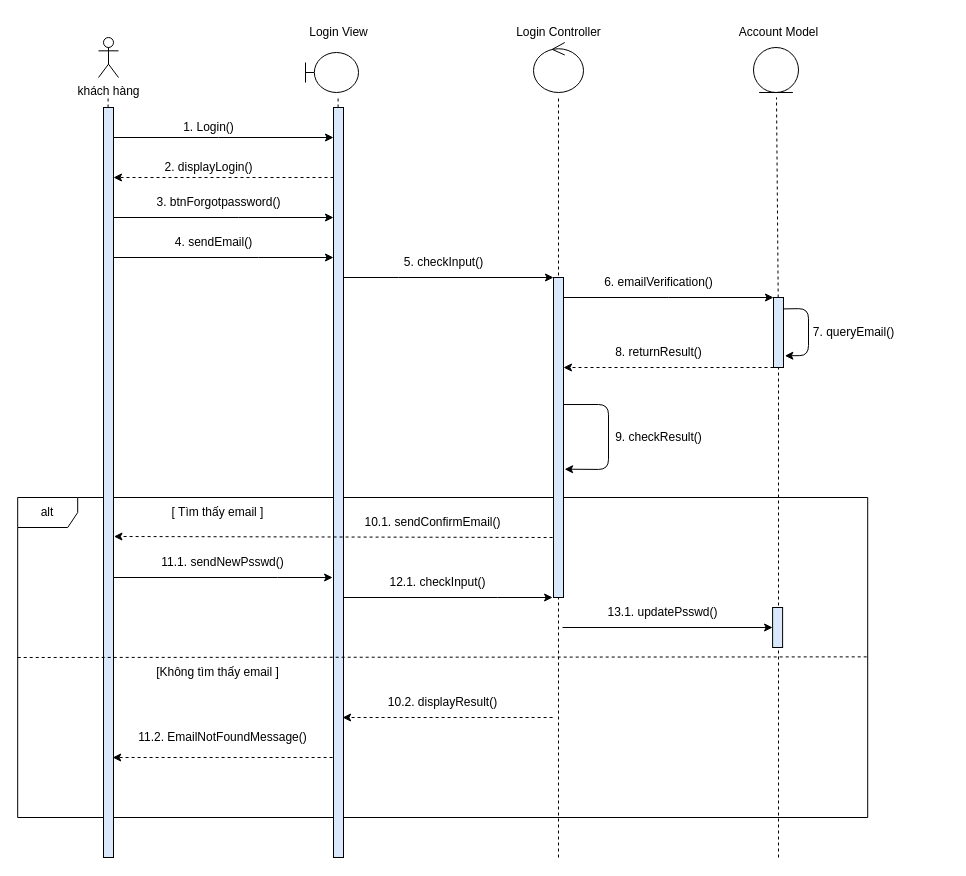
Before: Nam3_HK1/CNPM_SoftTech/Sequence Diagrams/Quân Huỳnh/SD_QuênMậtKhẩu.drawio in EdgarIgnite16/SGU-Course, a draw.io diagram. Source tidied: cells renumbered, new cells numbered last; positions are measured from the earlier drawing's top-left corner, leaving out a move shared by most shapes. Both pictures are drawn from the tidied source at 100%, with x=0, y=0 at pixel (17, 17).
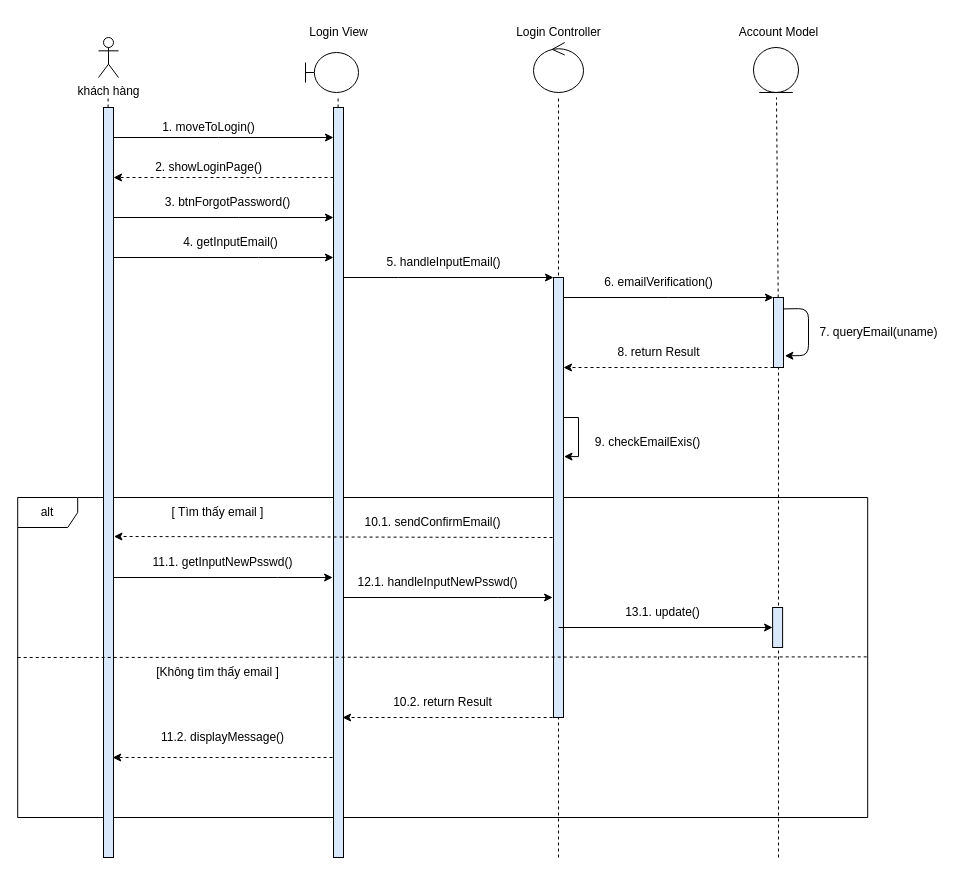
Above is the later version.

The change refers to these unchanged cells:
```xml
<mxCell id="45" style="rounded=0;whiteSpace=wrap;html=1;fillColor=#DAE8FC;" parent="1" vertex="1">
  <mxGeometry x="755.1" y="590" width="10" height="40" as="geometry" />
</mxCell>
```

What changed in the source:
```diff
@@
-    <mxCell id="8" value="1. Login()" style="text;html=1;align=center;verticalAlign=middle;strokeColor=none;fillColor=none;" parent="1" vertex="1">
-      <mxGeometry x="156" y="100" width="70" height="20" as="geometry" />
+    <mxCell id="8" value="1. moveToLogin()" style="text;html=1;align=center;verticalAlign=middle;strokeColor=none;fillColor=none;" parent="1" vertex="1">
+      <mxGeometry x="131" y="95" width="120" height="30" as="geometry" />
     </mxCell>
@@
     <mxCell id="11" style="rounded=0;whiteSpace=wrap;html=1;fillColor=#DAE8FC;" parent="1" vertex="1">
-      <mxGeometry x="536" y="260" width="10" height="320" as="geometry" />
+      <mxGeometry x="536" y="260" width="10" height="440" as="geometry" />
     </mxCell>
@@
-    <mxCell id="26" value="2. displayLogin()" style="text;html=1;align=center;verticalAlign=middle;strokeColor=none;fillColor=none;" parent="1" vertex="1">
-      <mxGeometry x="141" y="140" width="100" height="20" as="geometry" />
+    <mxCell id="26" value="2. showLoginPage()" style="text;html=1;align=center;verticalAlign=middle;strokeColor=none;fillColor=none;" parent="1" vertex="1">
+      <mxGeometry x="126" y="135" width="130" height="30" as="geometry" />
     </mxCell>
-    <mxCell id="27" value="3. btnForgotpassword()" style="text;html=1;align=center;verticalAlign=middle;strokeColor=none;fillColor=none;" parent="1" vertex="1">
-      <mxGeometry x="131" y="175" width="140" height="20" as="geometry" />
+    <mxCell id="27" value="3. btnForgotPassword()" style="text;html=1;align=center;verticalAlign=middle;strokeColor=none;fillColor=none;" parent="1" vertex="1">
+      <mxGeometry x="135.2" y="170" width="150" height="30" as="geometry" />
     </mxCell>
-    <mxCell id="28" value="4. sendEmail()" style="text;html=1;align=center;verticalAlign=middle;strokeColor=none;fillColor=none;" parent="1" vertex="1">
-      <mxGeometry x="151" y="215" width="90" height="20" as="geometry" />
+    <mxCell id="28" value="4. getInputEmail()" style="text;html=1;align=center;verticalAlign=middle;strokeColor=none;fillColor=none;" parent="1" vertex="1">
+      <mxGeometry x="153" y="210" width="120" height="30" as="geometry" />
     </mxCell>
-    <mxCell id="29" value="5. checkInput()" style="text;html=1;align=center;verticalAlign=middle;strokeColor=none;fillColor=none;" parent="1" vertex="1">
-      <mxGeometry x="381" y="235" width="90" height="20" as="geometry" />
+    <mxCell id="29" value="5. handleInputEmail()" style="text;html=1;align=center;verticalAlign=middle;strokeColor=none;fillColor=none;" parent="1" vertex="1">
+      <mxGeometry x="356" y="230" width="140" height="30" as="geometry" />
     </mxCell>
     <mxCell id="30" value="6. emailVerification()" style="text;html=1;align=center;verticalAlign=middle;strokeColor=none;fillColor=none;" parent="1" vertex="1">
-      <mxGeometry x="581" y="255" width="120" height="20" as="geometry" />
+      <mxGeometry x="576" y="250" width="130" height="30" as="geometry" />
     </mxCell>
-    <mxCell id="31" value="7. queryEmail()" style="text;html=1;align=center;verticalAlign=middle;strokeColor=none;fillColor=none;" parent="1" vertex="1">
-      <mxGeometry x="786" y="305" width="100" height="20" as="geometry" />
+    <mxCell id="31" value="7. queryEmail(uname)" style="text;html=1;align=center;verticalAlign=middle;strokeColor=none;fillColor=none;" parent="1" vertex="1">
+      <mxGeometry x="791" y="300" width="140" height="30" as="geometry" />
     </mxCell>
-    <mxCell id="32" value="8. returnResult()" style="text;html=1;align=center;verticalAlign=middle;strokeColor=none;fillColor=none;" parent="1" vertex="1">
-      <mxGeometry x="591" y="325" width="100" height="20" as="geometry" />
+    <mxCell id="32" value="8. return Result" style="text;html=1;align=center;verticalAlign=middle;strokeColor=none;fillColor=none;" parent="1" vertex="1">
+      <mxGeometry x="586" y="320" width="110" height="30" as="geometry" />
     </mxCell>
@@
-    <mxCell id="42" value="11.1. sendNewPsswd()" style="text;html=1;align=center;verticalAlign=middle;strokeColor=none;fillColor=none;" parent="1" vertex="1">
-      <mxGeometry x="135.2" y="535" width="140" height="20" as="geometry" />
+    <mxCell id="42" value="11.1. getInputNewPsswd()" style="text;html=1;align=center;verticalAlign=middle;strokeColor=none;fillColor=none;" parent="1" vertex="1">
+      <mxGeometry x="125.2" y="530" width="160" height="30" as="geometry" />
     </mxCell>
@@
-    <mxCell id="44" value="12.1. checkInput()" style="text;html=1;align=center;verticalAlign=middle;strokeColor=none;fillColor=none;" parent="1" vertex="1">
-      <mxGeometry x="365.1" y="555" width="110" height="20" as="geometry" />
+    <mxCell id="44" value="12.1. handleInputNewPsswd()" style="text;html=1;align=center;verticalAlign=middle;strokeColor=none;fillColor=none;" parent="1" vertex="1">
+      <mxGeometry x="330.1" y="550" width="180" height="30" as="geometry" />
     </mxCell>
@@
     <mxCell id="46" style="endArrow=classic;html=1;rounded=0;entryX=0;entryY=0.5;entryDx=0;entryDy=0;" parent="1" edge="1" target="45">
       <mxGeometry relative="1" as="geometry">
-        <mxPoint x="545" y="610" as="sourcePoint" />
+        <mxPoint x="541" y="610" as="sourcePoint" />
       </mxGeometry>
     </mxCell>
-    <mxCell id="47" value="13.1. updatePsswd()" style="text;html=1;align=center;verticalAlign=middle;strokeColor=none;fillColor=none;" parent="1" vertex="1">
-      <mxGeometry x="580.1" y="585" width="130" height="20" as="geometry" />
+    <mxCell id="47" value="13.1. update()" style="text;html=1;align=center;verticalAlign=middle;strokeColor=none;fillColor=none;" parent="1" vertex="1">
+      <mxGeometry x="595.1" y="580" width="100" height="30" as="geometry" />
     </mxCell>
@@
-    <mxCell id="49" value="10.2. displayResult()" style="text;html=1;align=center;verticalAlign=middle;strokeColor=none;fillColor=none;" parent="1" vertex="1">
-      <mxGeometry x="360.1" y="675" width="130" height="20" as="geometry" />
+    <mxCell id="49" value="10.2. return Result" style="text;html=1;align=center;verticalAlign=middle;strokeColor=none;fillColor=none;" parent="1" vertex="1">
+      <mxGeometry x="365.1" y="670" width="120" height="30" as="geometry" />
     </mxCell>
-    <mxCell id="50" value="11.2. EmailNotFoundMessage()" style="text;html=1;align=center;verticalAlign=middle;strokeColor=none;fillColor=none;" parent="1" vertex="1">
-      <mxGeometry x="115.2" y="710" width="180" height="20" as="geometry" />
+    <mxCell id="50" value="11.2. displayMessage()" style="text;html=1;align=center;verticalAlign=middle;strokeColor=none;fillColor=none;" parent="1" vertex="1">
+      <mxGeometry x="130.2" y="705" width="150" height="30" as="geometry" />
     </mxCell>
@@
+    <mxCell id="53" value="9. checkEmailExis()" style="text;html=1;align=center;verticalAlign=middle;" parent="1" vertex="1">
+      <mxGeometry x="565.1" y="410" width="130" height="30" as="geometry" />
+    </mxCell>
-    <mxCell id="52" style="endArrow=classic;html=1;exitX=0.976;exitY=0.397;exitDx=0;exitDy=0;exitPerimeter=0;entryX=1.114;entryY=0.599;entryDx=0;entryDy=0;entryPerimeter=0;" parent="1" edge="1" source="11" target="11">
+    <mxCell id="52" style="edgeStyle=orthogonalEdgeStyle;rounded=0;orthogonalLoop=1;jettySize=auto;html=1;entryX=1.048;entryY=0.407;entryDx=0;entryDy=0;entryPerimeter=0;" parent="1" edge="1" source="11" target="11">
       <mxGeometry relative="1" as="geometry">
         <Array as="points">
-          <mxPoint x="591" y="387" />
-          <mxPoint x="591" y="452" />
+          <mxPoint x="561" y="400" />
         </Array>
       </mxGeometry>
     </mxCell>
-    <mxCell id="53" value="9. checkResult()" style="text;html=1;align=center;verticalAlign=middle;" parent="1" vertex="1">
-      <mxGeometry x="591" y="410" width="100" height="20" as="geometry" />
-    </mxCell>
```
